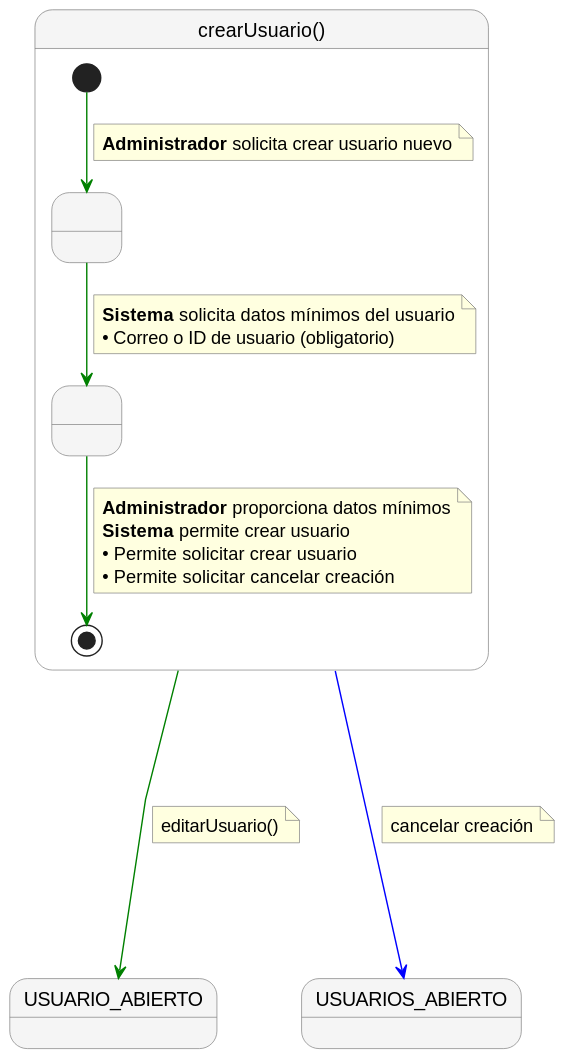
Above: documents/requisitado/02-detalle/Administrador/crearUsuario.svg in jerdier/25-26-idsw2-sdVC (PlantUML), before the change.
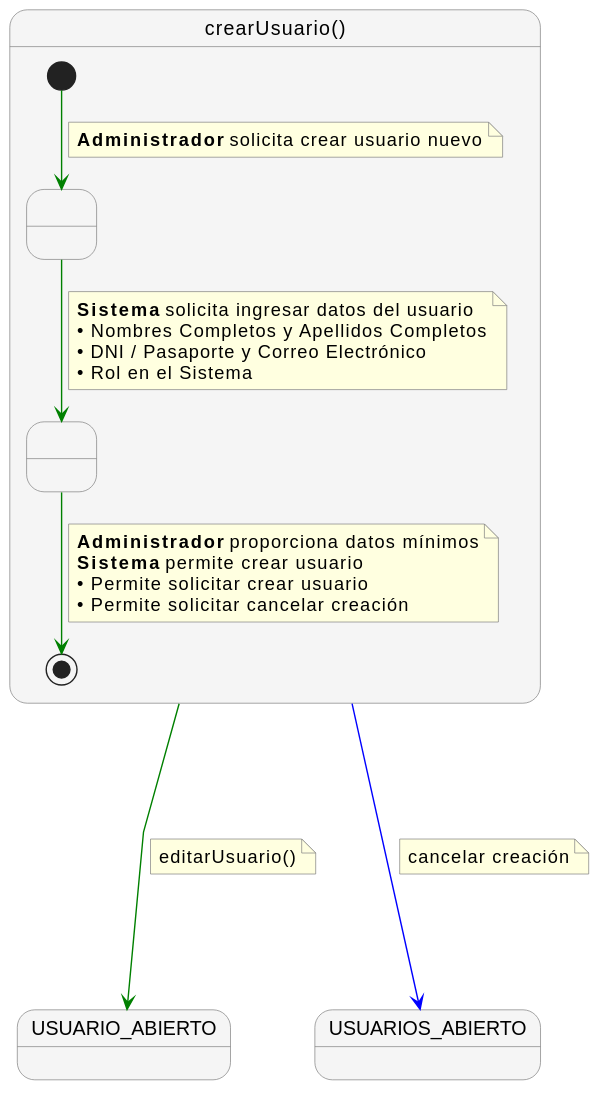
Above is the later version.

What changed in the source:
```diff
@@ -19,8 +19,10 @@
 
     Paso1 -[#green]-> Paso2
     note on link
-      <b>Sistema</b> solicita datos mínimos del usuario
-      • Correo o ID de usuario (obligatorio)
+      <b>Sistema</b> solicita ingresar datos del usuario
+      • Nombres Completos y Apellidos Completos
+      • DNI / Pasaporte y Correo Electrónico
+      • Rol en el Sistema
     end note
 
     Paso2 -[#green]-> [*]
```
